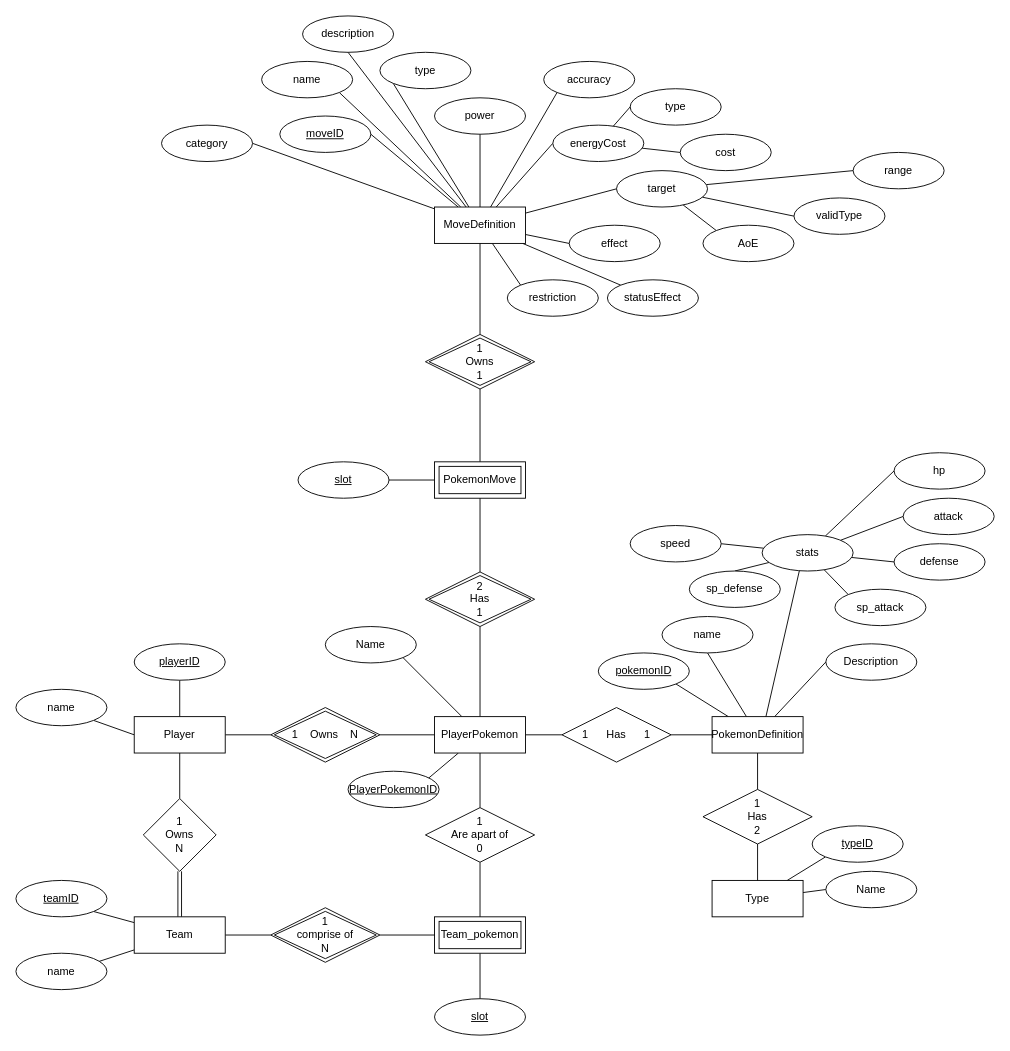
Before: planning/database/databaseERD.drawio in Crythemoon/PokemonBoardGame, a draw.io diagram. Source tidied: cells renumbered, new cells numbered last; positions are measured from the earlier drawing's top-left corner, leaving out a move shared by most shapes. Both pictures are drawn from the tidied source at 91%, with x=0, y=0 at pixel (15, 15).
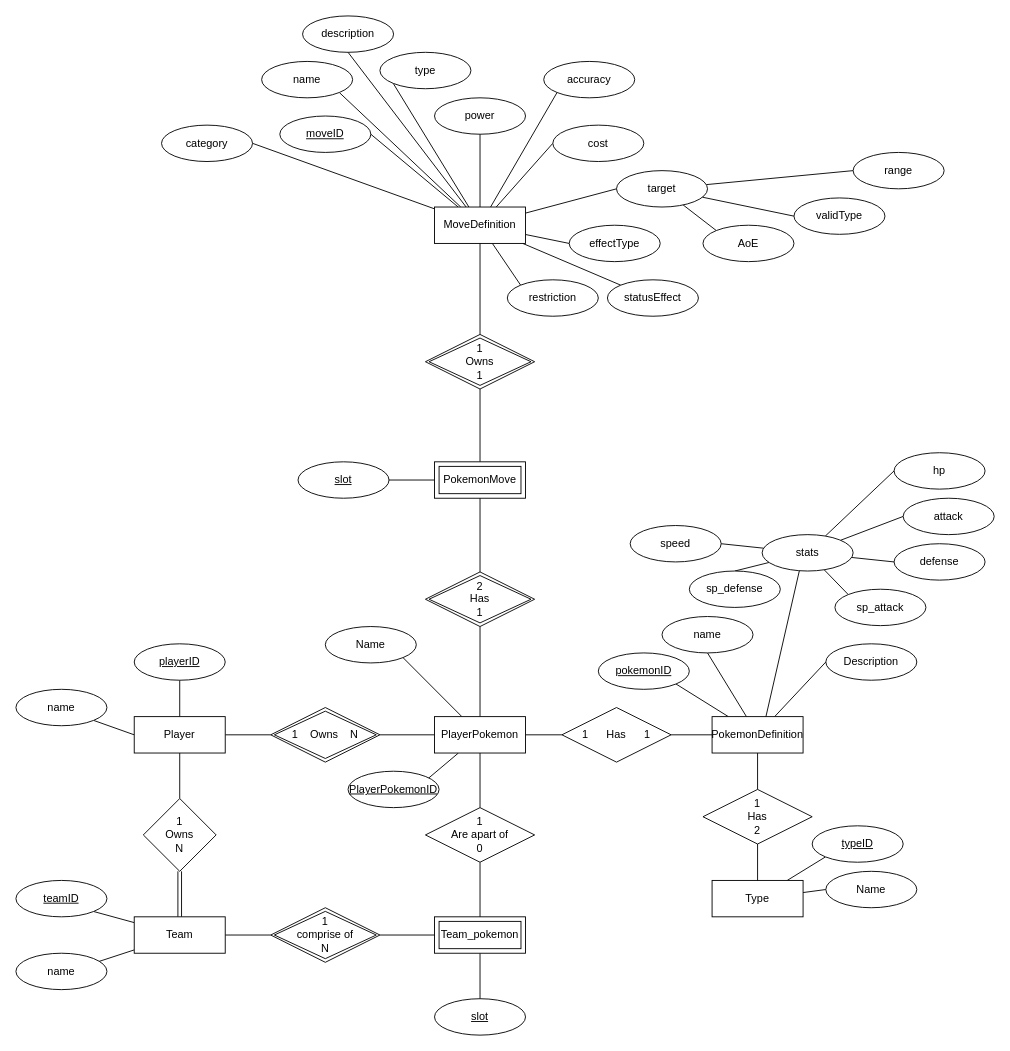
After the change.

Diff of the diagram source:
```diff
@@
-    <mxCell id="83" style="edgeStyle=none;html=1;entryX=0;entryY=0.5;entryDx=0;entryDy=0;endArrow=none;endFill=0;" parent="1" edge="1" source="84" target="86">
-      <mxGeometry relative="1" as="geometry" />
-    </mxCell>
-    <mxCell id="84" value="energyCost" style="ellipse;whiteSpace=wrap;html=1;align=center;" parent="1" vertex="1">
+    <mxCell id="84" value="cost" style="ellipse;whiteSpace=wrap;html=1;align=center;" parent="1" vertex="1">
       <mxGeometry x="590" y="120" width="100" height="40" as="geometry" />
     </mxCell>
-    <mxCell id="85" value="type" style="ellipse;whiteSpace=wrap;html=1;align=center;" parent="1" vertex="1">
-      <mxGeometry x="675" y="80" width="100" height="40" as="geometry" />
-    </mxCell>
-    <mxCell id="86" value="cost" style="ellipse;whiteSpace=wrap;html=1;align=center;" parent="1" vertex="1">
-      <mxGeometry x="730" y="130" width="100" height="40" as="geometry" />
-    </mxCell>
-    <mxCell id="87" style="edgeStyle=none;html=1;entryX=0;entryY=0.5;entryDx=0;entryDy=0;endArrow=none;endFill=0;" parent="1" edge="1" source="84" target="85">
-      <mxGeometry relative="1" as="geometry" />
-    </mxCell>
@@
-    <mxCell id="95" value="effect" style="ellipse;whiteSpace=wrap;html=1;align=center;" parent="1" vertex="1">
+    <mxCell id="95" value="effectType" style="ellipse;whiteSpace=wrap;html=1;align=center;" parent="1" vertex="1">
       <mxGeometry x="608" y="230" width="100" height="40" as="geometry" />
     </mxCell>
```
